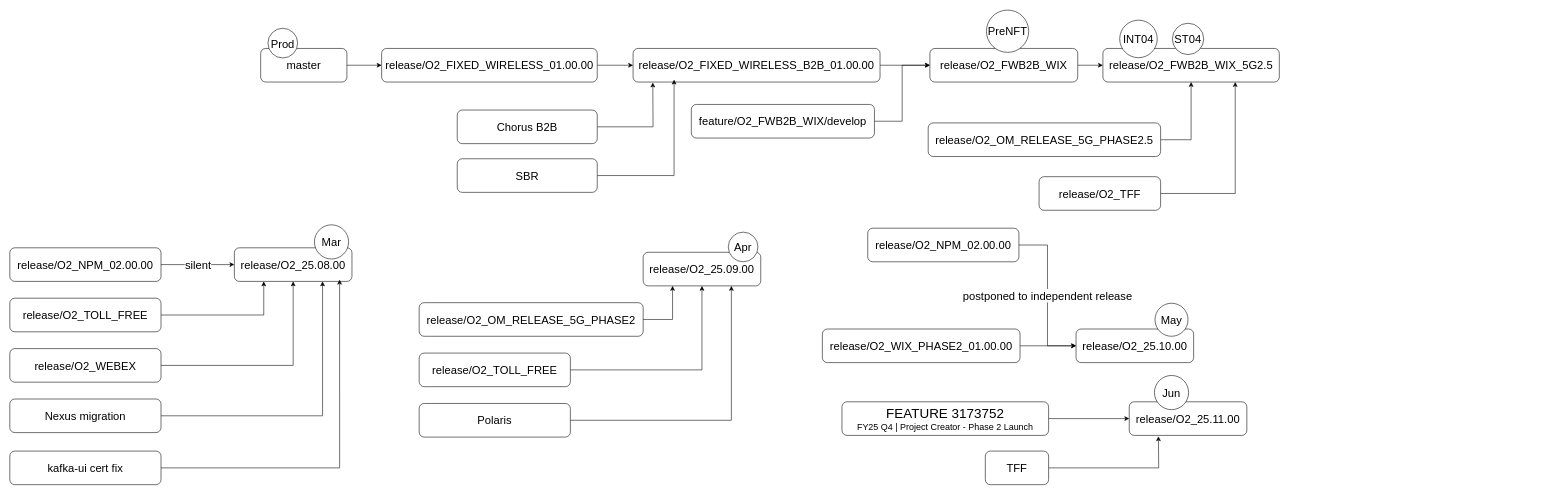
huangdgm/drawio keeps this draw.io diagram as page "branching" (1 of 2) of sparknz_branches.drawio. Above is the earlier version. Source tidied: cells renumbered, new cells numbered last; positions are measured from the earlier drawing's top-left corner, leaving out a move shared by most shapes. Both pictures are drawn from the tidied source at 56%, with x=0, y=0 at pixel (10, 10).
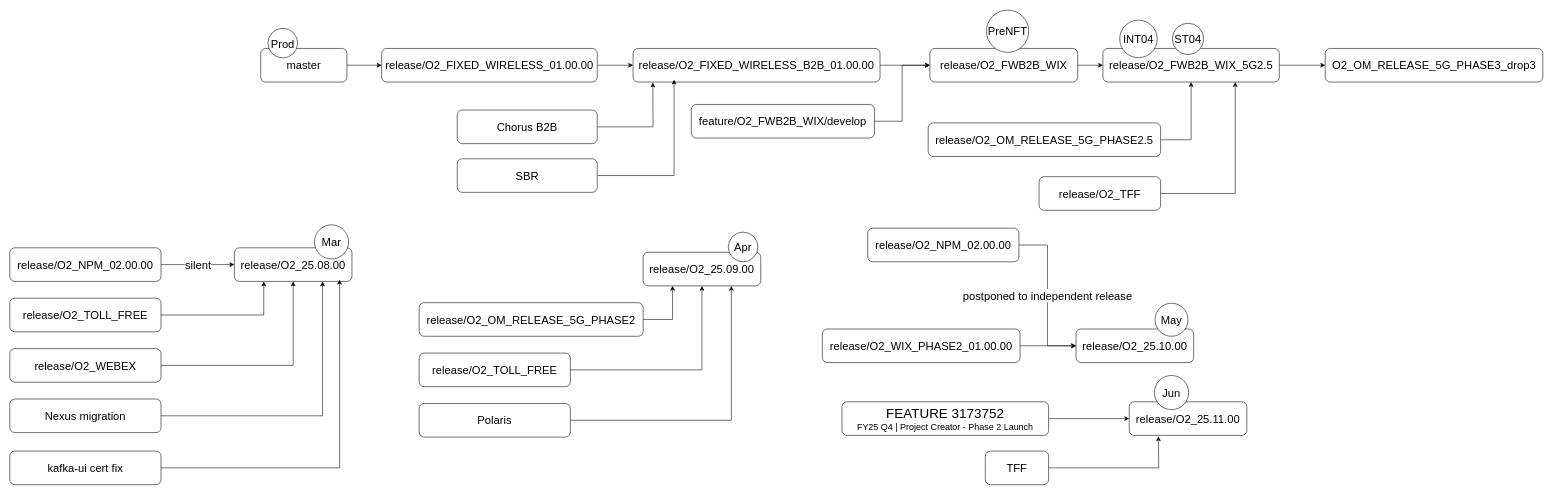
The same page after the edit.

The change refers to these unchanged cells:
```xml
<mxCell id="8" value="release/O2_FWB2B_WIX_5G2.5" style="rounded=1;whiteSpace=wrap;html=1;fontSize=20;" parent="1" vertex="1">
  <mxGeometry x="1952" y="68" width="315" height="60" as="geometry" />
</mxCell>
```

What changed in the source:
```diff
@@
+    <mxCell id="57" style="edgeStyle=orthogonalEdgeStyle;rounded=0;jettySize=auto;html=1;" parent="1" edge="1" source="8" target="58">
+      <mxGeometry relative="1" as="geometry" />
+    </mxCell>
@@
+    <mxCell id="58" value="O2_OM_RELEASE_5G_PHASE3_drop3" style="whiteSpace=wrap;html=1;fontSize=20;rounded=1;" parent="1" vertex="1">
+      <mxGeometry x="2349" y="68" width="388.5" height="60" as="geometry" />
+    </mxCell>
```
